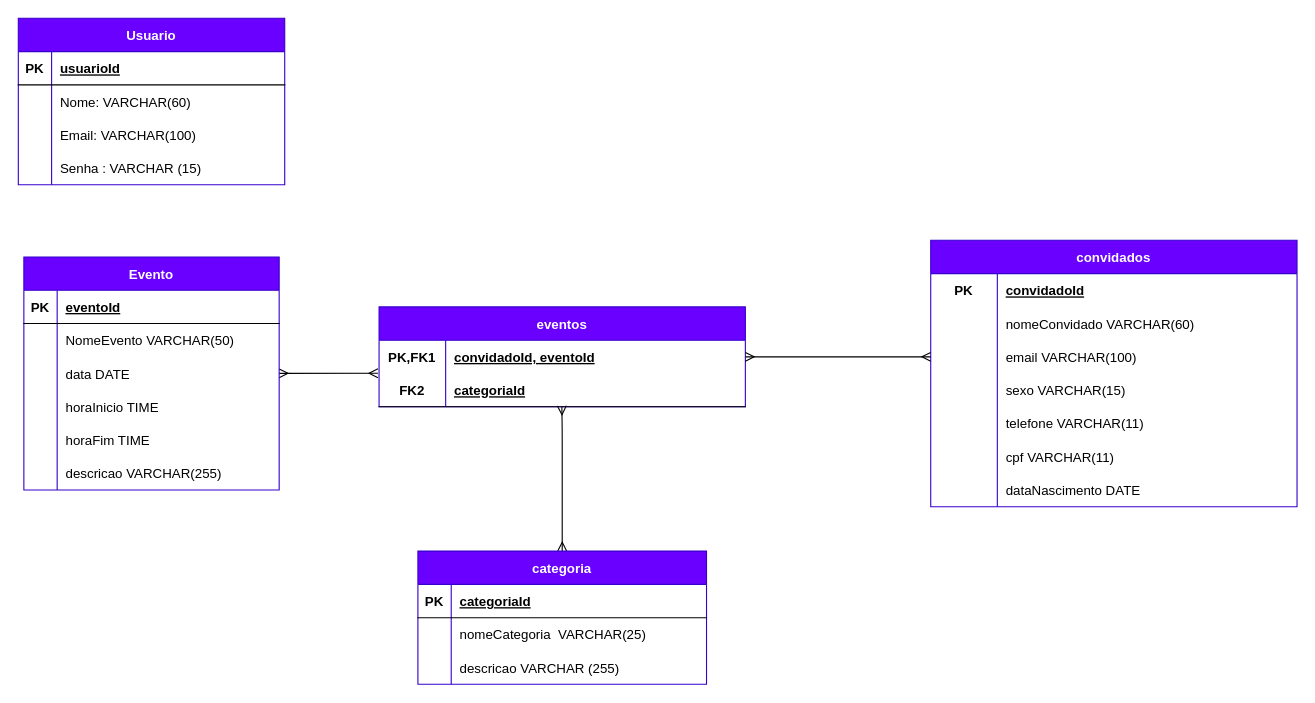
Earlier version of the draw.io diagram backend/doc/diagrama.drawio (LuisgrbDev/PI_backend). Source tidied: cells renumbered, new cells numbered last; positions are measured from the earlier drawing's top-left corner, leaving out a move shared by most shapes. Both pictures are drawn from the tidied source at 111%, with x=0, y=0 at pixel (18, 18).
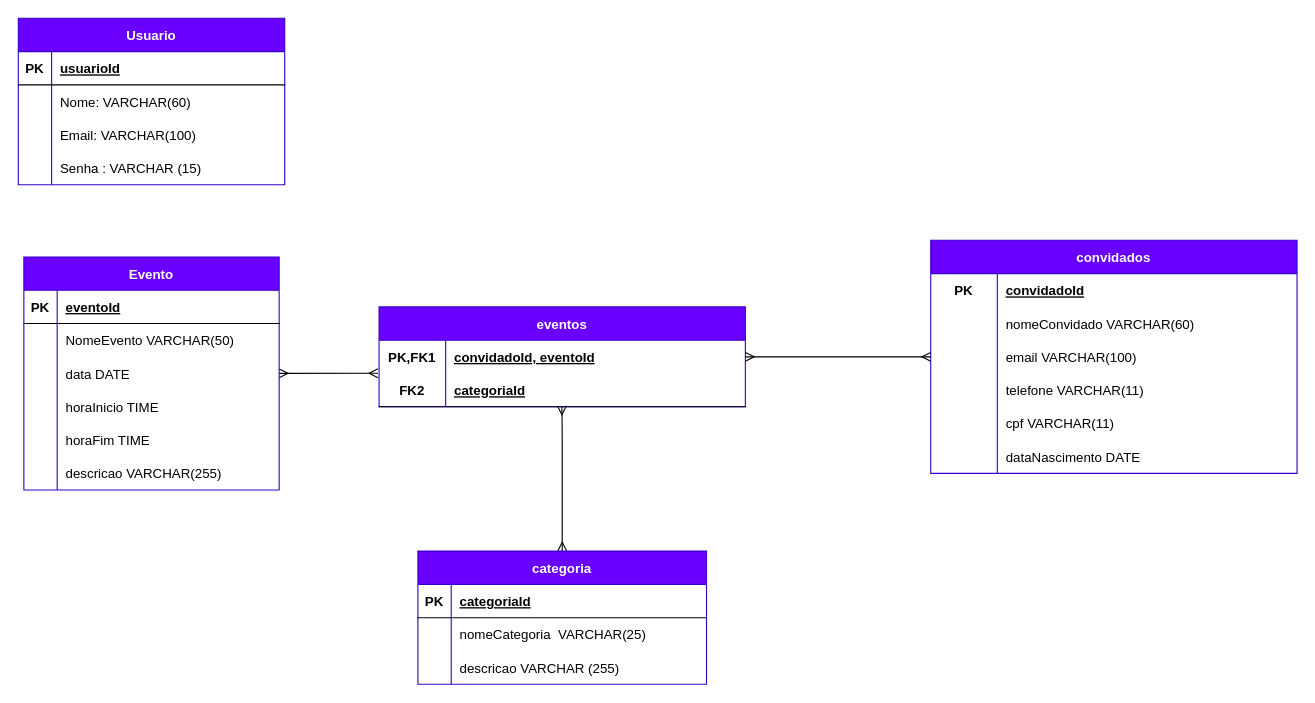
The same page after the edit.

Commit message:
Alteração do Diagrama: Removido sexo da tabela convidados

Diff of the diagram source:
```diff
@@
     <mxCell id="46" value="convidados" style="shape=table;startSize=30;childLayout=tableLayout;rowLines=0;fontStyle=1;align=center;fillColor=#6a00ff;fontColor=#ffffff;strokeColor=#3700CC;" parent="1" vertex="1">
-      <mxGeometry x="822" y="200" width="330" height="240" as="geometry" />
+      <mxGeometry x="822" y="200" width="330" height="210" as="geometry" />
     </mxCell>
@@
-    <mxCell id="56" style="shape=tableRow;horizontal=0;startSize=0;swimlaneHead=0;swimlaneBody=0;fillColor=none;top=0;left=0;right=0;bottom=0;" parent="46" vertex="1">
-      <mxGeometry y="120" width="330" height="30" as="geometry" />
-    </mxCell>
-    <mxCell id="57" style="shape=partialRectangle;fillColor=none;top=0;left=0;bottom=0;right=0;overflow=hidden;" parent="56" vertex="1">
-      <mxGeometry width="60" height="30" as="geometry" />
-    </mxCell>
-    <mxCell id="58" value="sexo VARCHAR(15)" style="shape=partialRectangle;fillColor=none;top=0;left=0;bottom=0;right=0;align=left;spacingLeft=6;overflow=hidden;" parent="56" vertex="1">
-      <mxGeometry x="60" width="270" height="30" as="geometry" />
-    </mxCell>
     <mxCell id="59" style="shape=tableRow;horizontal=0;startSize=0;swimlaneHead=0;swimlaneBody=0;fillColor=none;top=0;left=0;right=0;bottom=0;" parent="46" vertex="1">
-      <mxGeometry y="150" width="330" height="30" as="geometry" />
+      <mxGeometry y="120" width="330" height="30" as="geometry" />
     </mxCell>
@@
     <mxCell id="62" style="shape=tableRow;horizontal=0;startSize=0;swimlaneHead=0;swimlaneBody=0;fillColor=none;top=0;left=0;right=0;bottom=0;" parent="46" vertex="1">
-      <mxGeometry y="180" width="330" height="30" as="geometry" />
+      <mxGeometry y="150" width="330" height="30" as="geometry" />
     </mxCell>
@@
     <mxCell id="65" style="shape=tableRow;horizontal=0;startSize=0;swimlaneHead=0;swimlaneBody=0;fillColor=none;top=0;left=0;right=0;bottom=0;" parent="46" vertex="1">
-      <mxGeometry y="210" width="330" height="30" as="geometry" />
+      <mxGeometry y="180" width="330" height="30" as="geometry" />
     </mxCell>
```
